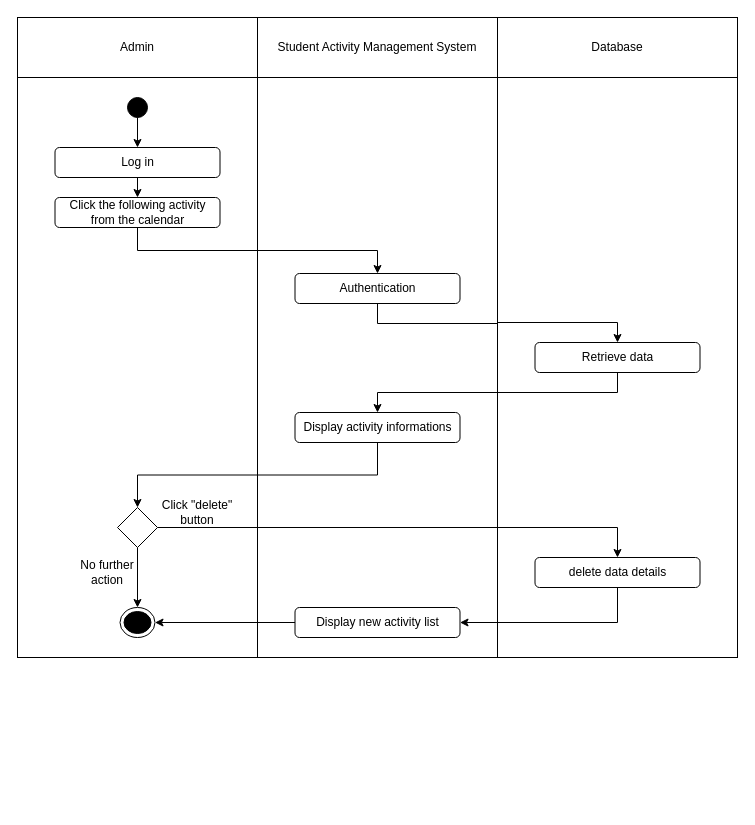
The draw.io diagram activity diagram/UC018 act_diagram.drawio in wei2030/year2_project, before the edit. Source tidied: cells renumbered, new cells numbered last; positions are measured from the earlier drawing's top-left corner, leaving out a move shared by most shapes. Both pictures are drawn from the tidied source at 100%, with x=0, y=0 at pixel (17, 17).
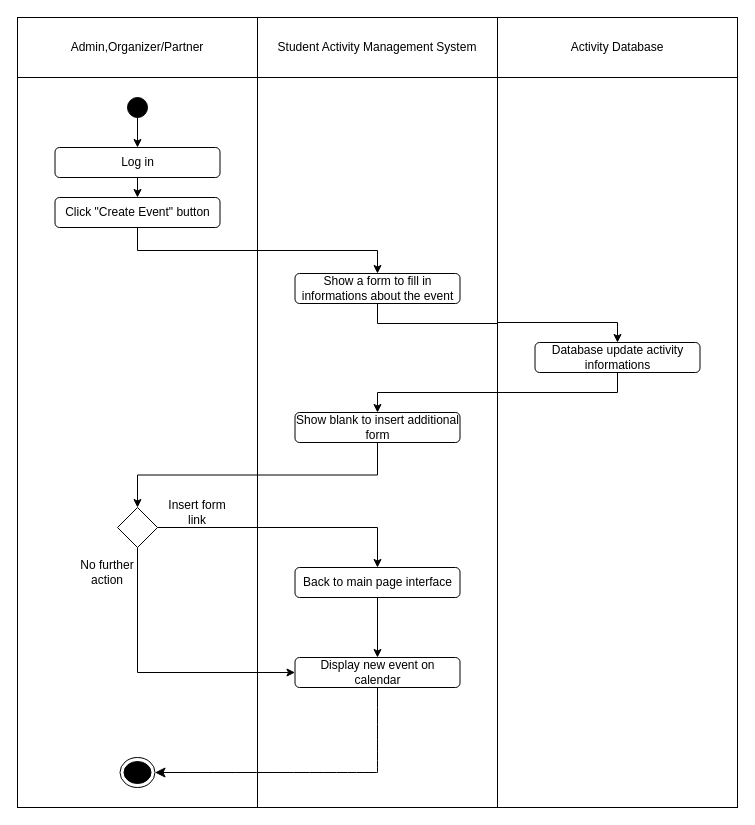
Above is the later version.

The change refers to these unchanged cells:
```xml
<mxCell id="22" style="rhombus;whiteSpace=wrap;html=1;" parent="1" vertex="1">
  <mxGeometry x="100" y="490" width="40" height="40" as="geometry" />
</mxCell>
```

The edit, as a diff of the source:
```diff
@@
-    <mxCell id="2" value="Admin" style="html=1;whiteSpace=wrap;" parent="1" vertex="1">
+    <mxCell id="2" value="Admin,Organizer/Partner" style="html=1;whiteSpace=wrap;" parent="1" vertex="1">
       <mxGeometry width="240" height="60" as="geometry" />
     </mxCell>
@@
-    <mxCell id="4" value="Database" style="html=1;whiteSpace=wrap;" parent="1" vertex="1">
+    <mxCell id="4" value="Activity Database" style="html=1;whiteSpace=wrap;" parent="1" vertex="1">
       <mxGeometry x="480" width="240" height="60" as="geometry" />
     </mxCell>
     <mxCell id="5" style="html=1;whiteSpace=wrap;" parent="1" vertex="1">
-      <mxGeometry y="60" width="240" height="580" as="geometry" />
+      <mxGeometry y="60" width="240" height="730" as="geometry" />
     </mxCell>
     <mxCell id="6" style="html=1;whiteSpace=wrap;" parent="1" vertex="1">
-      <mxGeometry x="240" y="60" width="240" height="580" as="geometry" />
+      <mxGeometry x="240" y="60" width="240" height="730" as="geometry" />
     </mxCell>
     <mxCell id="7" style="html=1;whiteSpace=wrap;" parent="1" vertex="1">
-      <mxGeometry x="480" y="60" width="240" height="580" as="geometry" />
+      <mxGeometry x="480" y="60" width="240" height="730" as="geometry" />
     </mxCell>
@@
-    <mxCell id="13" value="Click the following activity from the calendar" style="rounded=1;whiteSpace=wrap;html=1;" parent="1" vertex="1">
+    <mxCell id="13" value="Click &quot;Create Event&quot; button" style="rounded=1;whiteSpace=wrap;html=1;" parent="1" vertex="1">
       <mxGeometry x="37.5" y="180" width="165" height="30" as="geometry" />
     </mxCell>
@@
-    <mxCell id="15" value="Authentication" style="rounded=1;whiteSpace=wrap;html=1;" parent="1" vertex="1">
+    <mxCell id="15" value="Show a form to fill in informations about the event" style="rounded=1;whiteSpace=wrap;html=1;" parent="1" vertex="1">
       <mxGeometry x="277.5" y="256" width="165" height="30" as="geometry" />
     </mxCell>
@@
-    <mxCell id="17" value="Retrieve data" style="rounded=1;whiteSpace=wrap;html=1;" parent="1" vertex="1">
+    <mxCell id="17" value="Database update activity informations" style="rounded=1;whiteSpace=wrap;html=1;" parent="1" vertex="1">
       <mxGeometry x="517.5" y="325" width="165" height="30" as="geometry" />
     </mxCell>
@@
-    <mxCell id="19" value="Display activity informations" style="rounded=1;whiteSpace=wrap;html=1;" parent="1" vertex="1">
+    <mxCell id="19" value="Show blank to insert additional form" style="rounded=1;whiteSpace=wrap;html=1;" parent="1" vertex="1">
       <mxGeometry x="277.5" y="395" width="165" height="30" as="geometry" />
     </mxCell>
@@
-    <mxCell id="21" style="edgeStyle=orthogonalEdgeStyle;rounded=0;jettySize=auto;html=1;exitX=0.5;exitY=1;exitDx=0;exitDy=0;entryX=0.5;entryY=0;entryDx=0;entryDy=0;" parent="1" edge="1" source="22" target="25">
+    <mxCell id="21" style="edgeStyle=orthogonalEdgeStyle;rounded=0;jettySize=auto;html=1;exitX=0.5;exitY=1;exitDx=0;exitDy=0;entryX=0;entryY=0.5;entryDx=0;entryDy=0;" parent="1" edge="1" source="22" target="29">
       <mxGeometry relative="1" as="geometry" />
     </mxCell>
@@
-    <mxCell id="23" style="edgeStyle=orthogonalEdgeStyle;rounded=0;jettySize=auto;html=1;exitX=0.5;exitY=1;exitDx=0;exitDy=0;entryX=1;entryY=0.5;entryDx=0;entryDy=0;" parent="1" edge="1" source="24" target="29">
+    <mxCell id="23" style="edgeStyle=orthogonalEdgeStyle;rounded=0;jettySize=auto;html=1;exitX=0.5;exitY=1;exitDx=0;exitDy=0;entryX=0.5;entryY=0;entryDx=0;entryDy=0;" parent="1" edge="1" source="24" target="29">
       <mxGeometry relative="1" as="geometry" />
     </mxCell>
-    <mxCell id="24" value="delete data details" style="rounded=1;whiteSpace=wrap;html=1;" parent="1" vertex="1">
-      <mxGeometry x="517.5" y="540" width="165" height="30" as="geometry" />
+    <mxCell id="24" value="Back to main page interface" style="rounded=1;whiteSpace=wrap;html=1;" parent="1" vertex="1">
+      <mxGeometry x="277.5" y="550" width="165" height="30" as="geometry" />
     </mxCell>
     <mxCell id="25" style="ellipse;html=1;shape=endState;fillColor=#000000;strokeColor=#000;" parent="1" vertex="1">
-      <mxGeometry x="102.5" y="590" width="35" height="30" as="geometry" />
+      <mxGeometry x="102.5" y="740" width="35" height="30" as="geometry" />
     </mxCell>
-    <mxCell id="26" value="Click &quot;delete&quot; button" style="text;html=1;strokeColor=none;fillColor=none;align=center;verticalAlign=middle;whiteSpace=wrap;rounded=0;" parent="1" vertex="1">
+    <mxCell id="26" value="Insert form link" style="text;html=1;strokeColor=none;fillColor=none;align=center;verticalAlign=middle;whiteSpace=wrap;rounded=0;" parent="1" vertex="1">
       <mxGeometry x="140" y="480" width="80" height="30" as="geometry" />
     </mxCell>
@@
-    <mxCell id="28" style="edgeStyle=orthogonalEdgeStyle;rounded=0;jettySize=auto;html=1;exitX=0;exitY=0.5;exitDx=0;exitDy=0;entryX=1;entryY=0.5;entryDx=0;entryDy=0;" parent="1" edge="1" source="29" target="25">
-      <mxGeometry relative="1" as="geometry" />
-    </mxCell>
-    <mxCell id="29" value="Display new activity list" style="rounded=1;whiteSpace=wrap;html=1;" parent="1" vertex="1">
-      <mxGeometry x="277.5" y="590" width="165" height="30" as="geometry" />
+    <mxCell id="29" value="Display new event on calendar" style="rounded=1;whiteSpace=wrap;html=1;" parent="1" vertex="1">
+      <mxGeometry x="277.5" y="640" width="165" height="30" as="geometry" />
     </mxCell>
+    <mxCell id="30" style="endArrow=none;html=1;rounded=0;fontSize=12;startSize=8;endSize=8;curved=1;entryX=0.5;entryY=1;entryDx=0;entryDy=0;" parent="1" edge="1" target="29">
+      <mxGeometry relative="1" as="geometry">
+        <mxPoint x="360" y="755" as="sourcePoint" />
+      </mxGeometry>
+    </mxCell>
+    <mxCell id="31" style="endArrow=classic;html=1;rounded=0;fontSize=12;startSize=8;endSize=8;curved=1;entryX=1;entryY=0.5;entryDx=0;entryDy=0;" parent="1" edge="1" target="25">
+      <mxGeometry relative="1" as="geometry">
+        <mxPoint x="360" y="755" as="sourcePoint" />
+      </mxGeometry>
+    </mxCell>
```
